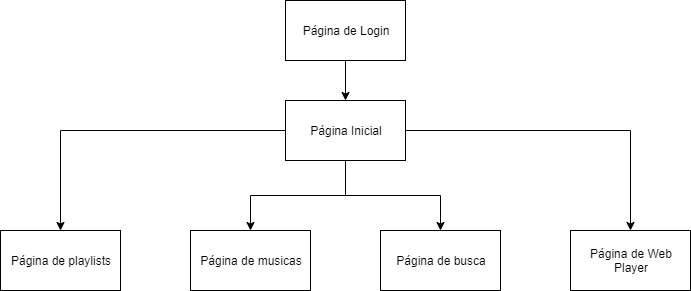
Before: Mapa do site.png, a diagram exported from draw.io (zInfnetDFEPB2019/Si-FY). Source tidied: cells renumbered, new cells last; positions are measured from the earlier drawing's top-left corner, leaving out a move shared by most shapes. The source it was exported from:
```xml
<mxGraphModel>
  <root>
    <mxCell id="0" />
    <mxCell id="1" parent="0" />
    <mxCell id="2" value="Página de Login" style="rounded=0;whiteSpace=wrap;html=1;" parent="1" vertex="1">
      <mxGeometry x="285" width="120" height="60" as="geometry" />
    </mxCell>
    <mxCell id="3" value="Página de playlists" style="rounded=0;whiteSpace=wrap;html=1;" parent="1" vertex="1">
      <mxGeometry y="230" width="120" height="60" as="geometry" />
    </mxCell>
    <mxCell id="4" value="Página de musicas" style="rounded=0;whiteSpace=wrap;html=1;" parent="1" vertex="1">
      <mxGeometry x="190" y="230" width="120" height="60" as="geometry" />
    </mxCell>
    <mxCell id="5" value="Página de Web Player" style="rounded=0;whiteSpace=wrap;html=1;" parent="1" vertex="1">
      <mxGeometry x="570" y="230" width="120" height="60" as="geometry" />
    </mxCell>
    <mxCell id="6" style="edgeStyle=orthogonalEdgeStyle;rounded=0;jettySize=auto;html=1;entryX=0.5;entryY=0;entryDx=0;entryDy=0;" parent="1" edge="1" source="10" target="3">
      <mxGeometry relative="1" as="geometry" />
    </mxCell>
    <mxCell id="7" style="edgeStyle=orthogonalEdgeStyle;rounded=0;jettySize=auto;html=1;entryX=0.5;entryY=0;entryDx=0;entryDy=0;" parent="1" edge="1" source="10" target="4">
      <mxGeometry relative="1" as="geometry" />
    </mxCell>
    <mxCell id="8" style="edgeStyle=orthogonalEdgeStyle;rounded=0;jettySize=auto;html=1;entryX=0.5;entryY=0;entryDx=0;entryDy=0;" parent="1" edge="1" source="10" target="5">
      <mxGeometry relative="1" as="geometry" />
    </mxCell>
    <mxCell id="9" style="edgeStyle=orthogonalEdgeStyle;rounded=0;jettySize=auto;html=1;entryX=0.5;entryY=0;entryDx=0;entryDy=0;" parent="1" edge="1" source="10" target="12">
      <mxGeometry relative="1" as="geometry" />
    </mxCell>
    <mxCell id="10" value="Página Inicial" style="rounded=0;whiteSpace=wrap;html=1;" parent="1" vertex="1">
      <mxGeometry x="285" y="100" width="120" height="60" as="geometry" />
    </mxCell>
    <mxCell id="11" style="endArrow=classic;html=1;entryX=0.5;entryY=0;entryDx=0;entryDy=0;exitX=0.5;exitY=1;exitDx=0;exitDy=0;" parent="1" edge="1" source="2" target="10">
      <mxGeometry relative="1" as="geometry" />
    </mxCell>
    <mxCell id="12" value="Página de busca" style="rounded=0;whiteSpace=wrap;html=1;" parent="1" vertex="1">
      <mxGeometry x="380" y="230" width="120" height="60" as="geometry" />
    </mxCell>
  </root>
</mxGraphModel>
```
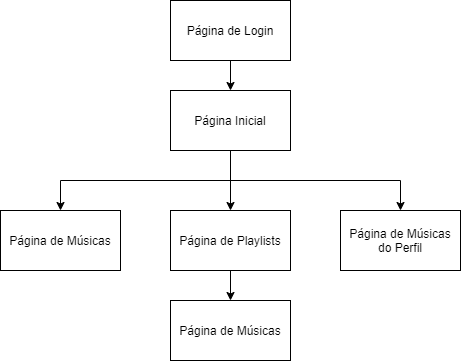
Later version of the same file.

Change to the diagram source:
```diff
@@ -2,38 +2,38 @@
   <root>
     <mxCell id="0" />
     <mxCell id="1" parent="0" />
+    <mxCell id="11" style="edgeStyle=orthogonalEdgeStyle;rounded=0;jettySize=auto;html=1;exitX=0.5;exitY=1;exitDx=0;exitDy=0;entryX=0.5;entryY=0;entryDx=0;entryDy=0;" parent="1" edge="1" source="2" target="10">
+      <mxGeometry relative="1" as="geometry" />
+    </mxCell>
     <mxCell id="2" value="Página de Login" style="rounded=0;whiteSpace=wrap;html=1;" parent="1" vertex="1">
-      <mxGeometry x="285" width="120" height="60" as="geometry" />
+      <mxGeometry x="230" y="-10" width="120" height="60" as="geometry" />
     </mxCell>
-    <mxCell id="3" value="Página de playlists" style="rounded=0;whiteSpace=wrap;html=1;" parent="1" vertex="1">
-      <mxGeometry y="230" width="120" height="60" as="geometry" />
-    </mxCell>
-    <mxCell id="4" value="Página de musicas" style="rounded=0;whiteSpace=wrap;html=1;" parent="1" vertex="1">
-      <mxGeometry x="190" y="230" width="120" height="60" as="geometry" />
-    </mxCell>
-    <mxCell id="5" value="Página de Web Player" style="rounded=0;whiteSpace=wrap;html=1;" parent="1" vertex="1">
-      <mxGeometry x="570" y="230" width="120" height="60" as="geometry" />
-    </mxCell>
-    <mxCell id="6" style="edgeStyle=orthogonalEdgeStyle;rounded=0;jettySize=auto;html=1;entryX=0.5;entryY=0;entryDx=0;entryDy=0;" parent="1" edge="1" source="10" target="3">
-      <mxGeometry relative="1" as="geometry" />
-    </mxCell>
-    <mxCell id="7" style="edgeStyle=orthogonalEdgeStyle;rounded=0;jettySize=auto;html=1;entryX=0.5;entryY=0;entryDx=0;entryDy=0;" parent="1" edge="1" source="10" target="4">
-      <mxGeometry relative="1" as="geometry" />
-    </mxCell>
-    <mxCell id="8" style="edgeStyle=orthogonalEdgeStyle;rounded=0;jettySize=auto;html=1;entryX=0.5;entryY=0;entryDx=0;entryDy=0;" parent="1" edge="1" source="10" target="5">
-      <mxGeometry relative="1" as="geometry" />
-    </mxCell>
-    <mxCell id="9" style="edgeStyle=orthogonalEdgeStyle;rounded=0;jettySize=auto;html=1;entryX=0.5;entryY=0;entryDx=0;entryDy=0;" parent="1" edge="1" source="10" target="12">
-      <mxGeometry relative="1" as="geometry" />
-    </mxCell>
+    <mxCell id="13" style="edgeStyle=orthogonalEdgeStyle;rounded=0;jettySize=auto;html=1;exitX=0.5;exitY=1;exitDx=0;exitDy=0;entryX=0.5;entryY=0;entryDx=0;entryDy=0;" parent="1" edge="1" source="10" target="19">
+      <mxGeometry relative="1" as="geometry" />
+    </mxCell>
+    <mxCell id="14" style="edgeStyle=orthogonalEdgeStyle;rounded=0;jettySize=auto;html=1;exitX=0.5;exitY=1;exitDx=0;exitDy=0;" parent="1" edge="1" source="10" target="20">
+      <mxGeometry relative="1" as="geometry" />
+    </mxCell>
+    <mxCell id="15" style="edgeStyle=orthogonalEdgeStyle;rounded=0;jettySize=auto;html=1;exitX=0.5;exitY=1;exitDx=0;exitDy=0;" parent="1" edge="1" source="10" target="17">
+      <mxGeometry relative="1" as="geometry" />
+    </mxCell>
     <mxCell id="10" value="Página Inicial" style="rounded=0;whiteSpace=wrap;html=1;" parent="1" vertex="1">
-      <mxGeometry x="285" y="100" width="120" height="60" as="geometry" />
+      <mxGeometry x="230" y="80" width="120" height="60" as="geometry" />
     </mxCell>
-    <mxCell id="11" style="endArrow=classic;html=1;entryX=0.5;entryY=0;entryDx=0;entryDy=0;exitX=0.5;exitY=1;exitDx=0;exitDy=0;" parent="1" edge="1" source="2" target="10">
-      <mxGeometry relative="1" as="geometry" />
-    </mxCell>
-    <mxCell id="12" value="Página de busca" style="rounded=0;whiteSpace=wrap;html=1;" parent="1" vertex="1">
-      <mxGeometry x="380" y="230" width="120" height="60" as="geometry" />
-    </mxCell>
+    <mxCell id="16" style="edgeStyle=orthogonalEdgeStyle;rounded=0;jettySize=auto;html=1;exitX=0.5;exitY=1;exitDx=0;exitDy=0;entryX=0.5;entryY=0;entryDx=0;entryDy=0;" parent="1" edge="1" source="17" target="18">
+      <mxGeometry relative="1" as="geometry" />
+    </mxCell>
+    <mxCell id="17" value="Página de Playlists" style="rounded=0;whiteSpace=wrap;html=1;" parent="1" vertex="1">
+      <mxGeometry x="230" y="200" width="120" height="60" as="geometry" />
+    </mxCell>
+    <mxCell id="18" value="Página de Músicas" style="rounded=0;whiteSpace=wrap;html=1;" parent="1" vertex="1">
+      <mxGeometry x="230" y="290" width="120" height="60" as="geometry" />
+    </mxCell>
+    <mxCell id="19" value="Página de Músicas" style="rounded=0;whiteSpace=wrap;html=1;" parent="1" vertex="1">
+      <mxGeometry x="60" y="200" width="120" height="60" as="geometry" />
+    </mxCell>
+    <mxCell id="20" value="Página de Músicas&lt;br&gt;do Perfil" style="rounded=0;whiteSpace=wrap;html=1;" parent="1" vertex="1">
+      <mxGeometry x="400" y="200" width="120" height="60" as="geometry" />
+    </mxCell>
   </root>
 </mxGraphModel>
```
